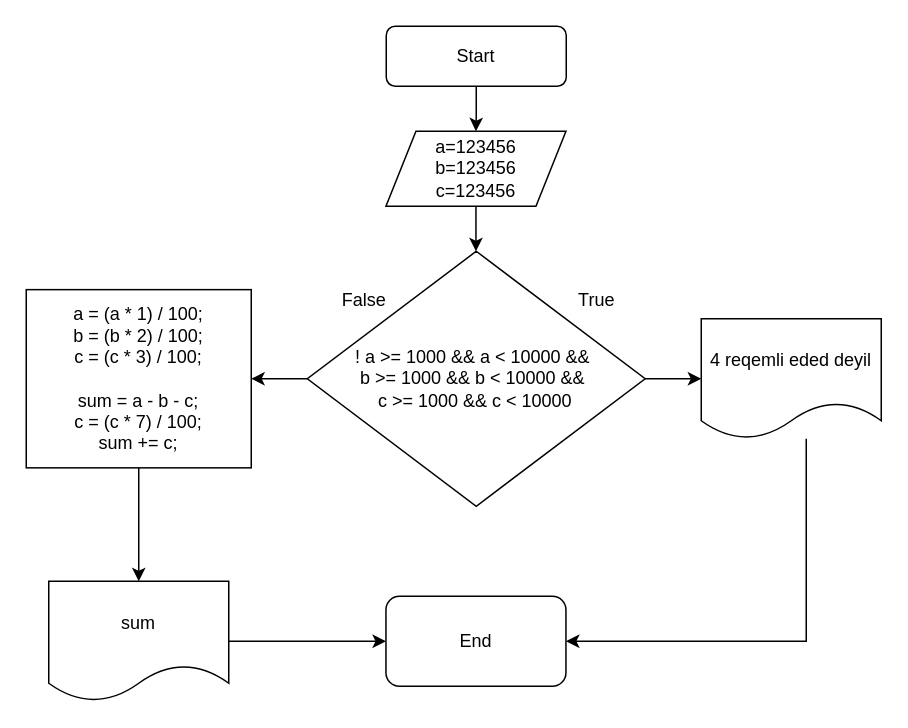
The draw.io diagram Task10/FlwChrtTask10.drawio in Fuad0010/HomeWork02, before the edit. Source tidied: cells renumbered, new cells numbered last; positions are measured from the earlier drawing's top-left corner, leaving out a move shared by most shapes. Both pictures are drawn from the tidied source at 150%, with x=0, y=0 at pixel (26, 26).
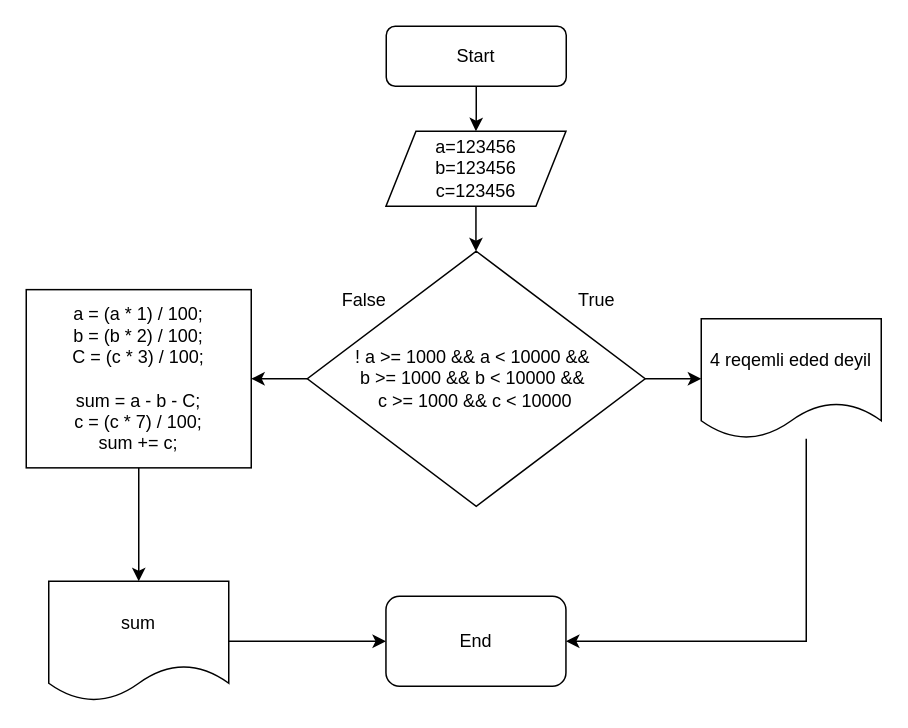
After the change.

Change to the diagram source:
```diff
@@
 <mxGraphModel>
   <root>
     <mxCell id="0" />
     <mxCell id="1" parent="0" />
     <mxCell id="2" style="edgeStyle=orthogonalEdgeStyle;rounded=0;jettySize=auto;html=1;" parent="1" edge="1" source="3" target="5">
       <mxGeometry relative="1" as="geometry" />
     </mxCell>
     <mxCell id="3" value="Start" style="rounded=1;whiteSpace=wrap;html=1;" parent="1" vertex="1">
       <mxGeometry x="240" width="120" height="40" as="geometry" />
     </mxCell>
     <mxCell id="4" style="edgeStyle=orthogonalEdgeStyle;rounded=0;jettySize=auto;html=1;" parent="1" edge="1" source="5">
       <mxGeometry relative="1" as="geometry">
         <mxPoint x="299.8" y="150" as="targetPoint" />
       </mxGeometry>
     </mxCell>
     <mxCell id="5" value="a=123456&lt;br&gt;b=123456&lt;br&gt;c=123456" style="shape=parallelogram;perimeter=parallelogramPerimeter;whiteSpace=wrap;html=1;fixedSize=1;" parent="1" vertex="1">
       <mxGeometry x="239.8" y="70" width="120" height="50" as="geometry" />
     </mxCell>
     <mxCell id="6" style="edgeStyle=orthogonalEdgeStyle;rounded=0;jettySize=auto;html=1;" parent="1" edge="1" source="8" target="12">
       <mxGeometry relative="1" as="geometry" />
     </mxCell>
     <mxCell id="7" style="edgeStyle=orthogonalEdgeStyle;rounded=0;jettySize=auto;html=1;" parent="1" edge="1" source="8" target="10">
       <mxGeometry relative="1" as="geometry" />
     </mxCell>
     <mxCell id="8" value="&lt;div&gt;! a &amp;gt;= 1000 &amp;amp;&amp;amp; a &amp;lt; 10000 &amp;amp;&amp;amp;&amp;nbsp;&lt;/div&gt;&lt;div&gt;b &amp;gt;= 1000 &amp;amp;&amp;amp; b &amp;lt; 10000 &amp;amp;&amp;amp;&amp;nbsp;&lt;/div&gt;&lt;div&gt;c &amp;gt;= 1000 &amp;amp;&amp;amp; c &amp;lt; 10000&lt;/div&gt;" style="rhombus;whiteSpace=wrap;html=1;" parent="1" vertex="1">
       <mxGeometry x="187.4" y="150" width="225.2" height="170" as="geometry" />
     </mxCell>
     <mxCell id="9" style="edgeStyle=orthogonalEdgeStyle;rounded=0;jettySize=auto;html=1;entryX=0.5;entryY=0;entryDx=0;entryDy=0;" parent="1" edge="1" source="10" target="17">
       <mxGeometry relative="1" as="geometry" />
     </mxCell>
-    <mxCell id="10" value="&lt;div&gt;&lt;div&gt;a = (a * 1) / 100;&lt;/div&gt;&lt;div&gt;b = (b * 2) / 100;&lt;/div&gt;&lt;div&gt;c = (c * 3) / 100;&lt;/div&gt;&lt;/div&gt;&lt;div&gt;&lt;br&gt;&lt;/div&gt;&lt;div&gt;&lt;div&gt;sum = a - b - c;&lt;/div&gt;&lt;div&gt;c = (c * 7) / 100;&lt;/div&gt;&lt;div&gt;sum += c;&lt;/div&gt;&lt;/div&gt;" style="rounded=0;whiteSpace=wrap;html=1;" parent="1" vertex="1">
+    <mxCell id="10" value="&lt;div&gt;&lt;div&gt;a = (a * 1) / 100;&lt;/div&gt;&lt;div&gt;b = (b * 2) / 100;&lt;/div&gt;&lt;div&gt;C&lt;span&gt;&amp;nbsp;= (c * 3) / 100;&lt;/span&gt;&lt;/div&gt;&lt;/div&gt;&lt;div&gt;&lt;br&gt;&lt;/div&gt;&lt;div&gt;&lt;div&gt;sum = a - b - C;&lt;/div&gt;&lt;div&gt;c = (c * 7) / 100;&lt;/div&gt;&lt;div&gt;sum += c;&lt;/div&gt;&lt;/div&gt;" style="rounded=0;whiteSpace=wrap;html=1;" parent="1" vertex="1">
       <mxGeometry y="175.6" width="150" height="118.8" as="geometry" />
     </mxCell>
     <mxCell id="11" style="edgeStyle=orthogonalEdgeStyle;rounded=0;jettySize=auto;html=1;entryX=1;entryY=0.5;entryDx=0;entryDy=0;" parent="1" edge="1" source="12" target="13">
       <mxGeometry relative="1" as="geometry">
         <Array as="points">
           <mxPoint x="520" y="410" />
         </Array>
       </mxGeometry>
     </mxCell>
     <mxCell id="12" value="4 reqemli eded deyil" style="shape=document;whiteSpace=wrap;html=1;boundedLbl=1;" parent="1" vertex="1">
       <mxGeometry x="450" y="195" width="120" height="80" as="geometry" />
     </mxCell>
     <mxCell id="13" value="End" style="rounded=1;whiteSpace=wrap;html=1;" parent="1" vertex="1">
       <mxGeometry x="239.8" y="380" width="120" height="60" as="geometry" />
     </mxCell>
     <mxCell id="14" value="True" style="text;html=1;align=center;verticalAlign=middle;strokeColor=none;fillColor=none;" parent="1" vertex="1">
       <mxGeometry x="360" y="172.5" width="40" height="20" as="geometry" />
     </mxCell>
     <mxCell id="15" value="False" style="text;html=1;align=center;verticalAlign=middle;strokeColor=none;fillColor=none;" parent="1" vertex="1">
       <mxGeometry x="200" y="172.5" width="50" height="20" as="geometry" />
     </mxCell>
     <mxCell id="16" style="edgeStyle=orthogonalEdgeStyle;rounded=0;jettySize=auto;html=1;entryX=0;entryY=0.5;entryDx=0;entryDy=0;" parent="1" edge="1" source="17" target="13">
       <mxGeometry relative="1" as="geometry" />
     </mxCell>
     <mxCell id="17" value="sum" style="shape=document;whiteSpace=wrap;html=1;boundedLbl=1;" parent="1" vertex="1">
       <mxGeometry x="15" y="370" width="120" height="80" as="geometry" />
     </mxCell>
   </root>
 </mxGraphModel>
```
